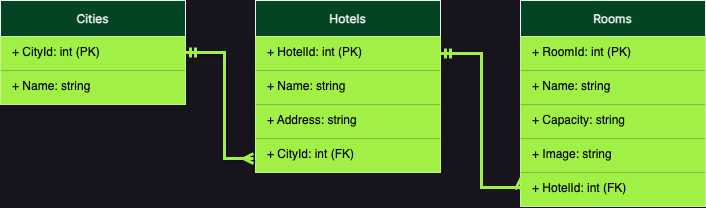
jandui-Rodrigues/Hotels keeps this draw.io diagram as img/der.png. Above is the earlier version. Source tidied: cells renumbered, new cells last; positions are measured from the earlier drawing's top-left corner, leaving out a move shared by most shapes.
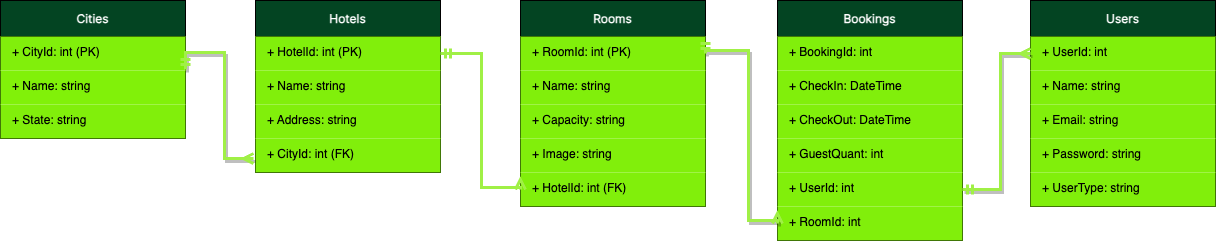
After the change.

Commit message:
Atualizações na imagem der.png

Change to the diagram source:
```diff
@@ -3,45 +3,48 @@
     <mxCell id="0" />
     <mxCell id="1" parent="0" />
     <mxCell id="2" value="Cities" style="swimlane;fontStyle=1;align=center;verticalAlign=top;horizontal=1;startSize=36;rounded=0;strokeColor=default;strokeWidth=1;fillColor=#034422;labelBackgroundColor=none;fontColor=#FFFFFF;gradientColor=none;fontFamily=Inter;fontSource=https%3A%2F%2Ffonts.googleapis.com%2Fcss%3Ffamily%3DInter;spacing=7;" parent="1" vertex="1">
-      <mxGeometry width="185" height="104" as="geometry" />
+      <mxGeometry width="185" height="138" as="geometry" />
     </mxCell>
-    <mxCell id="3" value="+ CityId: int (PK)" style="text;strokeColor=none;fillColor=#A0F046;align=left;verticalAlign=top;spacingLeft=8;spacingRight=4;overflow=hidden;rounded=0;strokeWidth=1;spacing=4;fontStyle=0;fontColor=#000000;" parent="2" vertex="1">
+    <mxCell id="3" value="+ CityId: int (PK)" style="text;strokeColor=none;fillColor=#81ef0b;align=left;verticalAlign=top;spacingLeft=8;spacingRight=4;overflow=hidden;rounded=0;strokeWidth=1;spacing=4;fontStyle=0;fontColor=#000000;" parent="2" vertex="1">
       <mxGeometry y="36" width="185" height="34" as="geometry" />
     </mxCell>
-    <mxCell id="4" value="+ Name: string" style="text;strokeColor=none;fillColor=#A0F046;align=left;verticalAlign=top;spacingLeft=8;spacingRight=4;overflow=hidden;rounded=0;strokeWidth=1;spacing=4;fontStyle=0;fontColor=#000000;" parent="2" vertex="1">
+    <mxCell id="4" value="+ Name: string" style="text;strokeColor=none;fillColor=#81F109;align=left;verticalAlign=top;spacingLeft=8;spacingRight=4;overflow=hidden;rounded=0;strokeWidth=1;spacing=4;fontStyle=0;fontColor=#000000;" parent="2" vertex="1">
       <mxGeometry y="70" width="185" height="34" as="geometry" />
     </mxCell>
+    <mxCell id="18" value="+ State: string" style="text;strokeColor=none;fillColor=#81ef0b;align=left;verticalAlign=top;spacingLeft=8;spacingRight=4;overflow=hidden;rounded=0;strokeWidth=1;spacing=4;fontStyle=0;fontColor=#000000;" parent="2" vertex="1">
+      <mxGeometry y="104" width="185" height="34" as="geometry" />
+    </mxCell>
     <mxCell id="5" value="Hotels" style="swimlane;fontStyle=1;align=center;verticalAlign=top;horizontal=1;startSize=36;rounded=0;strokeColor=default;strokeWidth=1;fillColor=#034422;labelBackgroundColor=none;fontColor=#FFFFFF;gradientColor=none;fontFamily=Inter;fontSource=https%3A%2F%2Ffonts.googleapis.com%2Fcss%3Ffamily%3DInter;spacing=7;" parent="1" vertex="1">
       <mxGeometry x="255" width="185" height="172" as="geometry" />
     </mxCell>
-    <mxCell id="6" value="+ HotelId: int (PK)" style="text;strokeColor=none;fillColor=#A0F046;align=left;verticalAlign=top;spacingLeft=8;spacingRight=4;overflow=hidden;points=[[0,0.5],[1,0.5]];portConstraint=eastwest;rounded=0;strokeWidth=1;spacing=4;fontStyle=0;fontColor=#000000;" parent="5" vertex="1">
+    <mxCell id="6" value="+ HotelId: int (PK)" style="text;strokeColor=none;fillColor=#81ef0b;align=left;verticalAlign=top;spacingLeft=8;spacingRight=4;overflow=hidden;points=[[0,0.5],[1,0.5]];portConstraint=eastwest;rounded=0;strokeWidth=1;spacing=4;fontStyle=0;fontColor=#000000;" parent="5" vertex="1">
       <mxGeometry y="36" width="185" height="34" as="geometry" />
     </mxCell>
-    <mxCell id="7" value="+ Name: string" style="text;strokeColor=none;fillColor=#A0F046;align=left;verticalAlign=top;spacingLeft=8;spacingRight=4;overflow=hidden;rounded=0;strokeWidth=1;spacing=4;fontStyle=0;fontColor=#000000;" parent="5" vertex="1">
+    <mxCell id="7" value="+ Name: string" style="text;strokeColor=none;fillColor=#81ef0b;align=left;verticalAlign=top;spacingLeft=8;spacingRight=4;overflow=hidden;rounded=0;strokeWidth=1;spacing=4;fontStyle=0;fontColor=#000000;" parent="5" vertex="1">
       <mxGeometry y="70" width="185" height="34" as="geometry" />
     </mxCell>
-    <mxCell id="8" value="+ Address: string" style="text;strokeColor=none;fillColor=#A0F046;align=left;verticalAlign=top;spacingLeft=8;spacingRight=4;overflow=hidden;rounded=0;strokeWidth=1;spacing=4;fontStyle=0;fontColor=#000000;" parent="5" vertex="1">
+    <mxCell id="8" value="+ Address: string" style="text;strokeColor=none;fillColor=#81ef0b;align=left;verticalAlign=top;spacingLeft=8;spacingRight=4;overflow=hidden;rounded=0;strokeWidth=1;spacing=4;fontStyle=0;fontColor=#000000;" parent="5" vertex="1">
       <mxGeometry y="104" width="185" height="34" as="geometry" />
     </mxCell>
-    <mxCell id="9" value="+ CityId: int (FK)" style="text;strokeColor=none;fillColor=#A0F046;align=left;verticalAlign=top;spacingLeft=8;spacingRight=4;overflow=hidden;rounded=0;strokeWidth=1;spacing=4;fontStyle=0;fontColor=#000000;" parent="5" vertex="1">
+    <mxCell id="9" value="+ CityId: int (FK)" style="text;strokeColor=none;fillColor=#81ef0b;align=left;verticalAlign=top;spacingLeft=8;spacingRight=4;overflow=hidden;rounded=0;strokeWidth=1;spacing=4;fontStyle=0;fontColor=#000000;" parent="5" vertex="1">
       <mxGeometry y="138" width="185" height="34" as="geometry" />
     </mxCell>
     <mxCell id="10" value="Rooms" style="swimlane;fontStyle=1;align=center;verticalAlign=top;horizontal=1;startSize=36;rounded=0;strokeColor=default;strokeWidth=1;fillColor=#034422;labelBackgroundColor=none;fontColor=#FFFFFF;gradientColor=none;fontFamily=Inter;fontSource=https%3A%2F%2Ffonts.googleapis.com%2Fcss%3Ffamily%3DInter;spacing=7;" parent="1" vertex="1">
       <mxGeometry x="520" width="185" height="206" as="geometry" />
     </mxCell>
-    <mxCell id="11" value="+ RoomId: int (PK)" style="text;strokeColor=none;fillColor=#A0F046;align=left;verticalAlign=top;spacingLeft=8;spacingRight=4;overflow=hidden;points=[[0,0.5],[1,0.5]];portConstraint=eastwest;rounded=0;strokeWidth=1;spacing=4;fontStyle=0;fontColor=#000000;" parent="10" vertex="1">
+    <mxCell id="11" value="+ RoomId: int (PK)" style="text;strokeColor=none;fillColor=#81ef0b;align=left;verticalAlign=top;spacingLeft=8;spacingRight=4;overflow=hidden;points=[[0,0.5],[1,0.5]];portConstraint=eastwest;rounded=0;strokeWidth=1;spacing=4;fontStyle=0;fontColor=#000000;" parent="10" vertex="1">
       <mxGeometry y="36" width="185" height="34" as="geometry" />
     </mxCell>
-    <mxCell id="12" value="+ Name: string" style="text;strokeColor=none;fillColor=#A0F046;align=left;verticalAlign=top;spacingLeft=8;spacingRight=4;overflow=hidden;rounded=0;strokeWidth=1;spacing=4;fontStyle=0;fontColor=#000000;" parent="10" vertex="1">
+    <mxCell id="12" value="+ Name: string" style="text;strokeColor=none;fillColor=#81ef0b;align=left;verticalAlign=top;spacingLeft=8;spacingRight=4;overflow=hidden;rounded=0;strokeWidth=1;spacing=4;fontStyle=0;fontColor=#000000;" parent="10" vertex="1">
       <mxGeometry y="70" width="185" height="34" as="geometry" />
     </mxCell>
-    <mxCell id="13" value="+ Capacity: string" style="text;strokeColor=none;fillColor=#A0F046;align=left;verticalAlign=top;spacingLeft=8;spacingRight=4;overflow=hidden;rounded=0;strokeWidth=1;spacing=4;fontStyle=0;fontColor=#000000;" parent="10" vertex="1">
+    <mxCell id="13" value="+ Capacity: string" style="text;strokeColor=none;fillColor=#81ef0b;align=left;verticalAlign=top;spacingLeft=8;spacingRight=4;overflow=hidden;rounded=0;strokeWidth=1;spacing=4;fontStyle=0;fontColor=#000000;" parent="10" vertex="1">
       <mxGeometry y="104" width="185" height="34" as="geometry" />
     </mxCell>
-    <mxCell id="14" value="+ Image: string" style="text;strokeColor=none;fillColor=#A0F046;align=left;verticalAlign=top;spacingLeft=8;spacingRight=4;overflow=hidden;rounded=0;strokeWidth=1;spacing=4;fontStyle=0;fontColor=#000000;" parent="10" vertex="1">
+    <mxCell id="14" value="+ Image: string" style="text;strokeColor=none;fillColor=#81ef0b;align=left;verticalAlign=top;spacingLeft=8;spacingRight=4;overflow=hidden;rounded=0;strokeWidth=1;spacing=4;fontStyle=0;fontColor=#000000;" parent="10" vertex="1">
       <mxGeometry y="138" width="185" height="34" as="geometry" />
     </mxCell>
-    <mxCell id="15" value="+ HotelId: int (FK)" style="text;strokeColor=none;fillColor=#A0F046;align=left;verticalAlign=top;spacingLeft=8;spacingRight=4;overflow=hidden;points=[[0,0.5],[1,0.5]];portConstraint=eastwest;rounded=0;strokeWidth=1;spacing=4;fontStyle=0;fontColor=#000000;" parent="10" vertex="1">
+    <mxCell id="15" value="+ HotelId: int (FK)" style="text;strokeColor=none;fillColor=#81ef0b;align=left;verticalAlign=top;spacingLeft=8;spacingRight=4;overflow=hidden;points=[[0,0.5],[1,0.5]];portConstraint=eastwest;rounded=0;strokeWidth=1;spacing=4;fontStyle=0;fontColor=#000000;" parent="10" vertex="1">
       <mxGeometry y="172" width="185" height="34" as="geometry" />
     </mxCell>
     <mxCell id="16" style="endArrow=ERmandOne;html=1;rounded=0;endFill=0;edgeStyle=orthogonalEdgeStyle;startArrow=ERmany;startFill=0;exitX=0;exitY=0.5;exitDx=0;exitDy=0;strokeWidth=3;strokeColor=#A0F046;" parent="1" edge="1" source="15" target="6">
@@ -61,5 +64,62 @@
         </Array>
       </mxGeometry>
     </mxCell>
+    <mxCell id="19" value="Users" style="swimlane;fontStyle=1;align=center;verticalAlign=top;horizontal=1;startSize=36;rounded=0;strokeColor=default;strokeWidth=1;fillColor=#034422;labelBackgroundColor=none;fontColor=#FFFFFF;gradientColor=none;fontFamily=Inter;fontSource=https%3A%2F%2Ffonts.googleapis.com%2Fcss%3Ffamily%3DInter;spacing=7;" parent="1" vertex="1">
+      <mxGeometry x="1030" width="185" height="206" as="geometry" />
+    </mxCell>
+    <mxCell id="20" value="+ UserId: int" style="text;strokeColor=none;fillColor=#81ef0b;align=left;verticalAlign=top;spacingLeft=8;spacingRight=4;overflow=hidden;points=[[0,0.5],[1,0.5]];portConstraint=eastwest;rounded=0;strokeWidth=1;spacing=4;fontStyle=0;fontColor=#000000;" parent="19" vertex="1">
+      <mxGeometry y="36" width="185" height="34" as="geometry" />
+    </mxCell>
+    <mxCell id="21" value="+ Name: string" style="text;strokeColor=none;fillColor=#81ef0b;align=left;verticalAlign=top;spacingLeft=8;spacingRight=4;overflow=hidden;rounded=0;strokeWidth=1;spacing=4;fontStyle=0;fontColor=#000000;" parent="19" vertex="1">
+      <mxGeometry y="70" width="185" height="34" as="geometry" />
+    </mxCell>
+    <mxCell id="22" value="+ Email: string" style="text;strokeColor=none;fillColor=#81ef0b;align=left;verticalAlign=top;spacingLeft=8;spacingRight=4;overflow=hidden;rounded=0;strokeWidth=1;spacing=4;fontStyle=0;fontColor=#000000;" parent="19" vertex="1">
+      <mxGeometry y="104" width="185" height="34" as="geometry" />
+    </mxCell>
+    <mxCell id="23" value="+ Password: string" style="text;strokeColor=none;fillColor=#81ef0b;align=left;verticalAlign=top;spacingLeft=8;spacingRight=4;overflow=hidden;rounded=0;strokeWidth=1;spacing=4;fontStyle=0;fontColor=#000000;" parent="19" vertex="1">
+      <mxGeometry y="138" width="185" height="34" as="geometry" />
+    </mxCell>
+    <mxCell id="24" value="+ UserType: string" style="text;strokeColor=none;fillColor=#81ef0b;align=left;verticalAlign=top;spacingLeft=8;spacingRight=4;overflow=hidden;rounded=0;strokeWidth=1;spacing=4;fontStyle=0;fontColor=#000000;" parent="19" vertex="1">
+      <mxGeometry y="172" width="185" height="34" as="geometry" />
+    </mxCell>
+    <mxCell id="25" value="Bookings" style="swimlane;fontStyle=1;align=center;verticalAlign=top;horizontal=1;startSize=36;rounded=0;strokeColor=default;strokeWidth=1;fillColor=#034422;labelBackgroundColor=none;fontColor=#FFFFFF;gradientColor=none;fontFamily=Inter;fontSource=https%3A%2F%2Ffonts.googleapis.com%2Fcss%3Ffamily%3DInter;spacing=7;" parent="1" vertex="1">
+      <mxGeometry x="777" width="185" height="240" as="geometry" />
+    </mxCell>
+    <mxCell id="26" value="+ BookingId: int" style="text;strokeColor=none;fillColor=#81ef0b;align=left;verticalAlign=top;spacingLeft=8;spacingRight=4;overflow=hidden;rounded=0;strokeWidth=1;spacing=4;fontStyle=0;fontColor=#000000;" parent="25" vertex="1">
+      <mxGeometry y="36" width="185" height="34" as="geometry" />
+    </mxCell>
+    <mxCell id="27" value="+ CheckIn: DateTime" style="text;strokeColor=none;fillColor=#81ef0b;align=left;verticalAlign=top;spacingLeft=8;spacingRight=4;overflow=hidden;rounded=0;strokeWidth=1;spacing=4;fontStyle=0;fontColor=#000000;" parent="25" vertex="1">
+      <mxGeometry y="70" width="185" height="34" as="geometry" />
+    </mxCell>
+    <mxCell id="28" value="+ CheckOut: DateTime" style="text;strokeColor=none;fillColor=#81ef0b;align=left;verticalAlign=top;spacingLeft=8;spacingRight=4;overflow=hidden;rounded=0;strokeWidth=1;spacing=4;fontStyle=0;fontColor=#000000;" parent="25" vertex="1">
+      <mxGeometry y="104" width="185" height="34" as="geometry" />
+    </mxCell>
+    <mxCell id="29" value="+ GuestQuant: int" style="text;strokeColor=none;fillColor=#81ef0b;align=left;verticalAlign=top;spacingLeft=8;spacingRight=4;overflow=hidden;rounded=0;strokeWidth=1;spacing=4;fontStyle=0;fontColor=#000000;" parent="25" vertex="1">
+      <mxGeometry y="138" width="185" height="34" as="geometry" />
+    </mxCell>
+    <mxCell id="30" value="+ UserId: int" style="text;strokeColor=none;fillColor=#81ef0b;align=left;verticalAlign=top;spacingLeft=8;spacingRight=4;overflow=hidden;points=[[0,0.5],[1,0.5]];portConstraint=eastwest;rounded=0;strokeWidth=1;spacing=4;fontStyle=0;fontColor=#000000;" parent="25" vertex="1">
+      <mxGeometry y="172" width="185" height="34" as="geometry" />
+    </mxCell>
+    <mxCell id="31" value="+ RoomId: int" style="text;strokeColor=none;fillColor=#81ef0b;align=left;verticalAlign=top;spacingLeft=8;spacingRight=4;overflow=hidden;points=[[0,0.5],[1,0.5]];portConstraint=eastwest;rounded=0;strokeWidth=1;spacing=4;fontStyle=0;fontColor=#000000;" parent="25" vertex="1">
+      <mxGeometry y="206" width="185" height="34" as="geometry" />
+    </mxCell>
+    <mxCell id="32" style="endArrow=ERmandOne;html=1;rounded=0;endFill=0;edgeStyle=orthogonalEdgeStyle;startArrow=ERmany;startFill=0;entryX=1;entryY=0.5;entryDx=0;entryDy=0;spacing=7;strokeWidth=3;strokeColor=#A0F046;shadow=1;exitX=0;exitY=0.5;exitDx=0;exitDy=0;" parent="1" edge="1" source="31" target="11">
+      <mxGeometry relative="1" as="geometry">
+        <Array as="points">
+          <mxPoint x="777" y="220" />
+          <mxPoint x="748" y="220" />
+          <mxPoint x="748" y="50" />
+          <mxPoint x="705" y="50" />
+        </Array>
+      </mxGeometry>
+    </mxCell>
+    <mxCell id="33" style="endArrow=ERmandOne;html=1;rounded=0;endFill=0;edgeStyle=orthogonalEdgeStyle;startArrow=ERmany;startFill=0;entryX=1;entryY=0.5;entryDx=0;entryDy=0;spacing=7;strokeWidth=3;strokeColor=#A0F046;shadow=1;exitX=0;exitY=0.5;exitDx=0;exitDy=0;" parent="1" edge="1" source="20" target="30">
+      <mxGeometry relative="1" as="geometry">
+        <Array as="points">
+          <mxPoint x="1000" y="53" />
+          <mxPoint x="1000" y="189" />
+        </Array>
+      </mxGeometry>
+    </mxCell>
   </root>
 </mxGraphModel>
```
